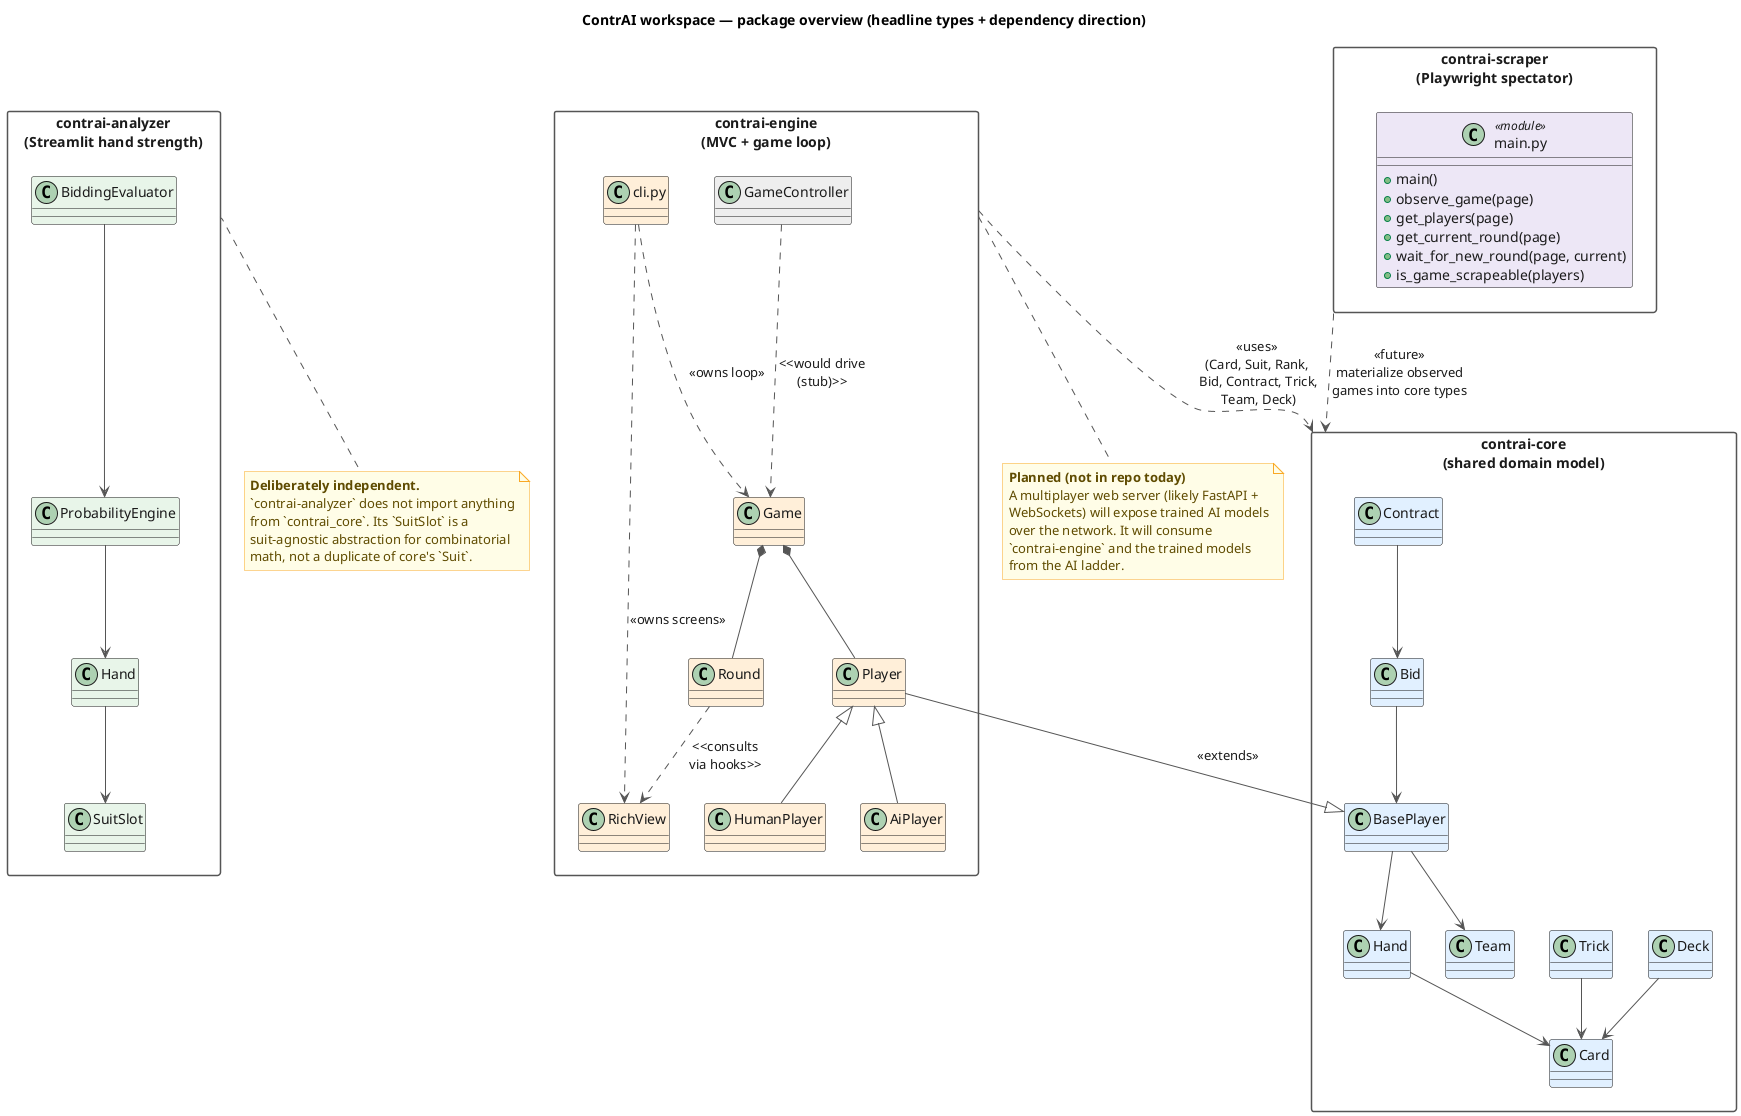
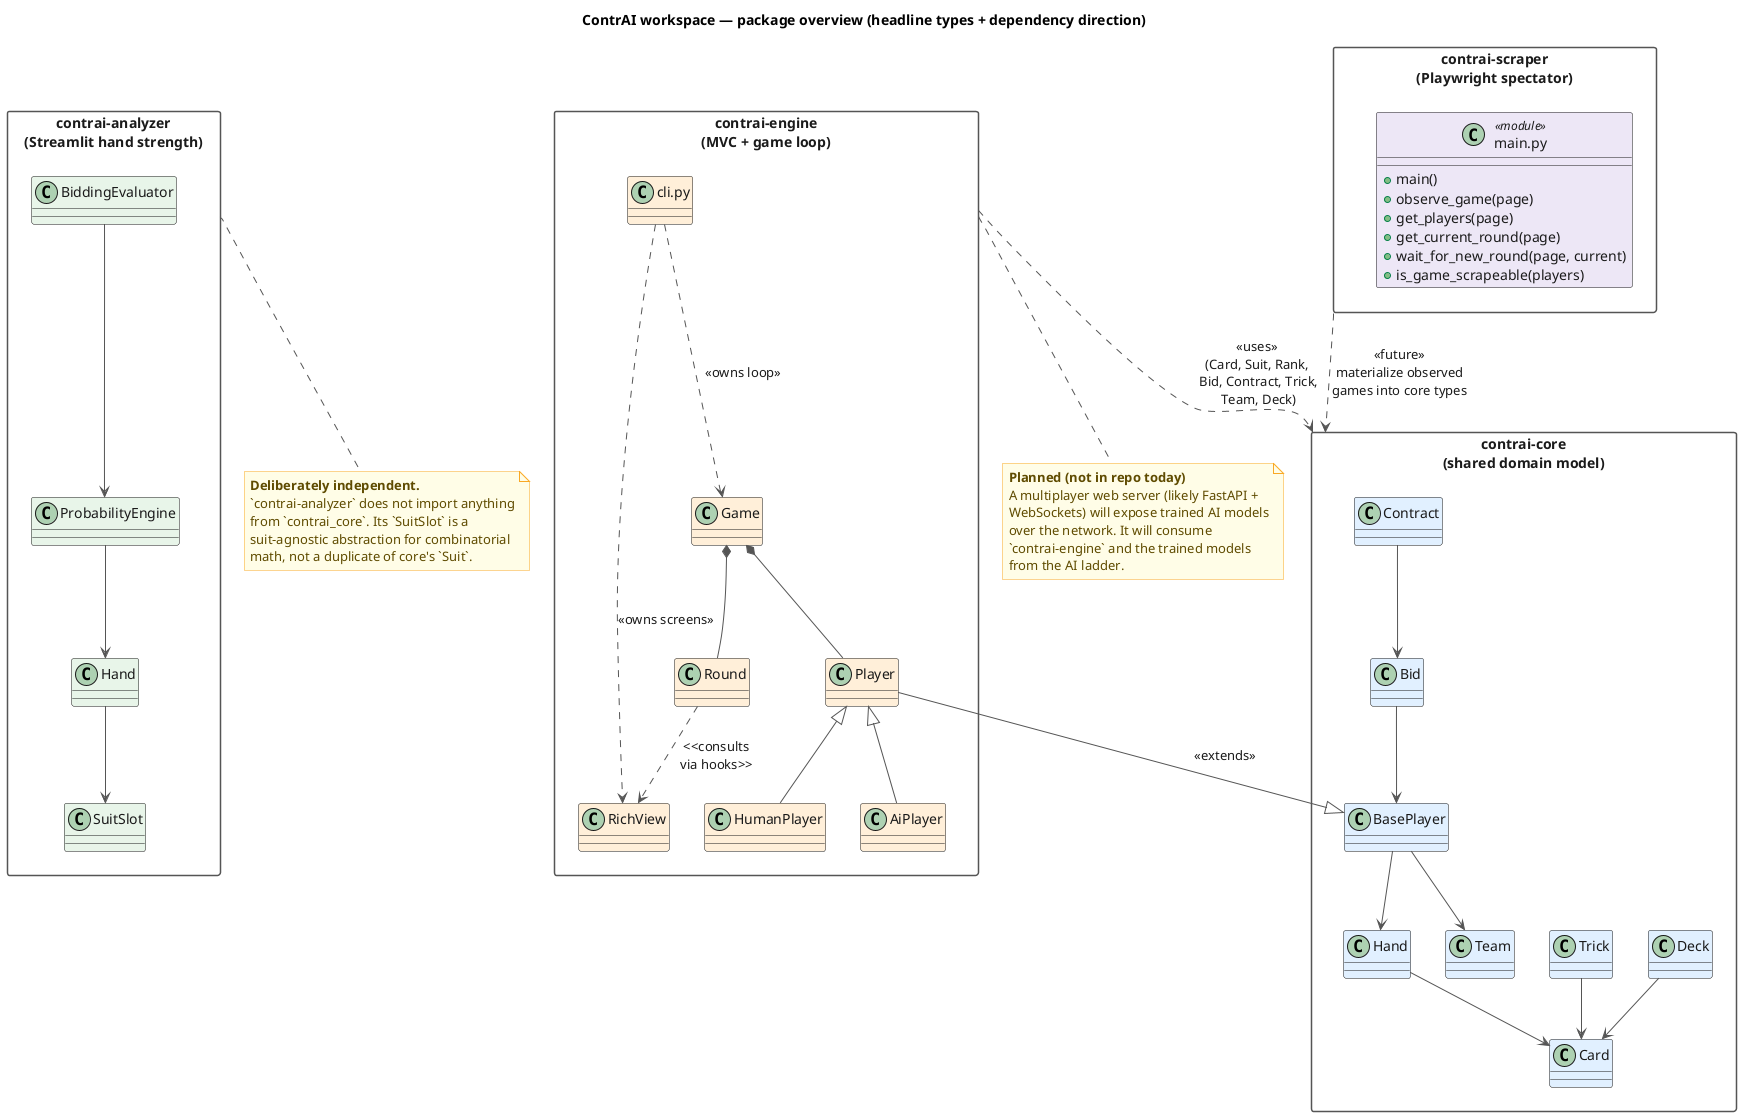
@startuml class_workspace
title ContrAI workspace — package overview (headline types + dependency direction)

' --- All four palettes appear at once; styling is set per-class. ---
skinparam shadowing false
skinparam class {
    FontColor #1A1A1A
    AttributeFontColor #1A1A1A
    StereotypeFontColor #1A1A1A
}
skinparam packageStyle rectangle
skinparam packageFontColor #1A1A1A
skinparam packageBorderColor #555555
skinparam note {
    BackgroundColor #FFFDE7
    BorderColor #F9A825
    FontColor #5F4B00
}
skinparam ArrowColor #555555
skinparam ArrowFontColor #1A1A1A

' =========================================================
' contrai-core — blue
' =========================================================
package "contrai-core\n(shared domain model)" as P_core {
    class "Card"       as C_card     #E1F0FF
    class "Hand"       as C_hand     #E1F0FF
    class "Deck"       as C_deck     #E1F0FF
    class "Trick"      as C_trick    #E1F0FF
    class "Bid"        as C_bid      #E1F0FF
    class "Contract"   as C_contract #E1F0FF
    class "BasePlayer" as C_player   #E1F0FF
    class "Team"       as C_team     #E1F0FF

    C_hand --> C_card
    C_deck --> C_card
    C_player --> C_hand
    C_player --> C_team
    C_trick --> C_card
    C_contract --> C_bid
    C_bid --> C_player
}

' =========================================================
' contrai-engine — orange
' =========================================================
package "contrai-engine\n(MVC + game loop)" as P_engine {
    class "Player"      as E_player   #FFEFD9
    class "HumanPlayer" as E_human    #FFEFD9
    class "AiPlayer"    as E_ai       #FFEFD9
    class "Game"        as E_game     #FFEFD9
    class "Round"       as E_round    #FFEFD9

-     class "GameController" as E_ctrl  #EEEEEE
    class "RichView"       as E_view  #FFEFD9
    class "cli.py"         as E_cli   #FFEFD9

    E_player <|-- E_human
    E_player <|-- E_ai
    E_game *-- E_round
    E_game *-- E_player
-     E_ctrl ..> E_game : <<would drive\n(stub)>>
    E_round ..> E_view : <<consults\nvia hooks>>
    E_cli ..> E_game : <<owns loop>>
    E_cli ..> E_view : <<owns screens>>
}

' =========================================================
' contrai-analyzer — green
' =========================================================
package "contrai-analyzer\n(Streamlit hand strength)" as P_analyzer {
    class "SuitSlot"          as A_slot    #E8F5E9
    class "Hand"              as A_hand    #E8F5E9
    class "ProbabilityEngine" as A_engine  #E8F5E9
    class "BiddingEvaluator"  as A_bidding #E8F5E9

    A_engine --> A_hand
    A_bidding --> A_engine
    A_hand --> A_slot
}

' =========================================================
' contrai-scraper — purple
' =========================================================
package "contrai-scraper\n(Playwright spectator)" as P_scraper {
    class "main.py" as S_main <<module>> #EDE7F6 {
        + main()
        + observe_game(page)
        + get_players(page)
        + get_current_round(page)
        + wait_for_new_round(page, current)
        + is_game_scrapeable(players)
    }
}

' =========================================================
' Cross-package dependencies
' =========================================================

' Engine extends + uses core
E_player --|> C_player : <<extends>>
P_engine ..> P_core : <<uses>>\n(Card, Suit, Rank,\n Bid, Contract, Trick,\n Team, Deck)

' Analyzer deliberately does NOT depend on core
note as N_analyzer_indep
  **Deliberately independent.**
  `contrai-analyzer` does not import anything
  from `contrai_core`. Its `SuitSlot` is a
  suit-agnostic abstraction for combinatorial
  math, not a duplicate of core's `Suit`.
end note
P_analyzer .. N_analyzer_indep

' Scraper: planned consumer of core (future)
P_scraper ..> P_core : <<future>>\nmaterialize observed\ngames into core types

' Web server: planned future component (not in repo yet)
note as N_future
  **Planned (not in repo today)**
  A multiplayer web server (likely FastAPI +
  WebSockets) will expose trained AI models
  over the network. It will consume
  `contrai-engine` and the trained models
  from the AI ladder.
end note
P_engine .. N_future

@enduml
